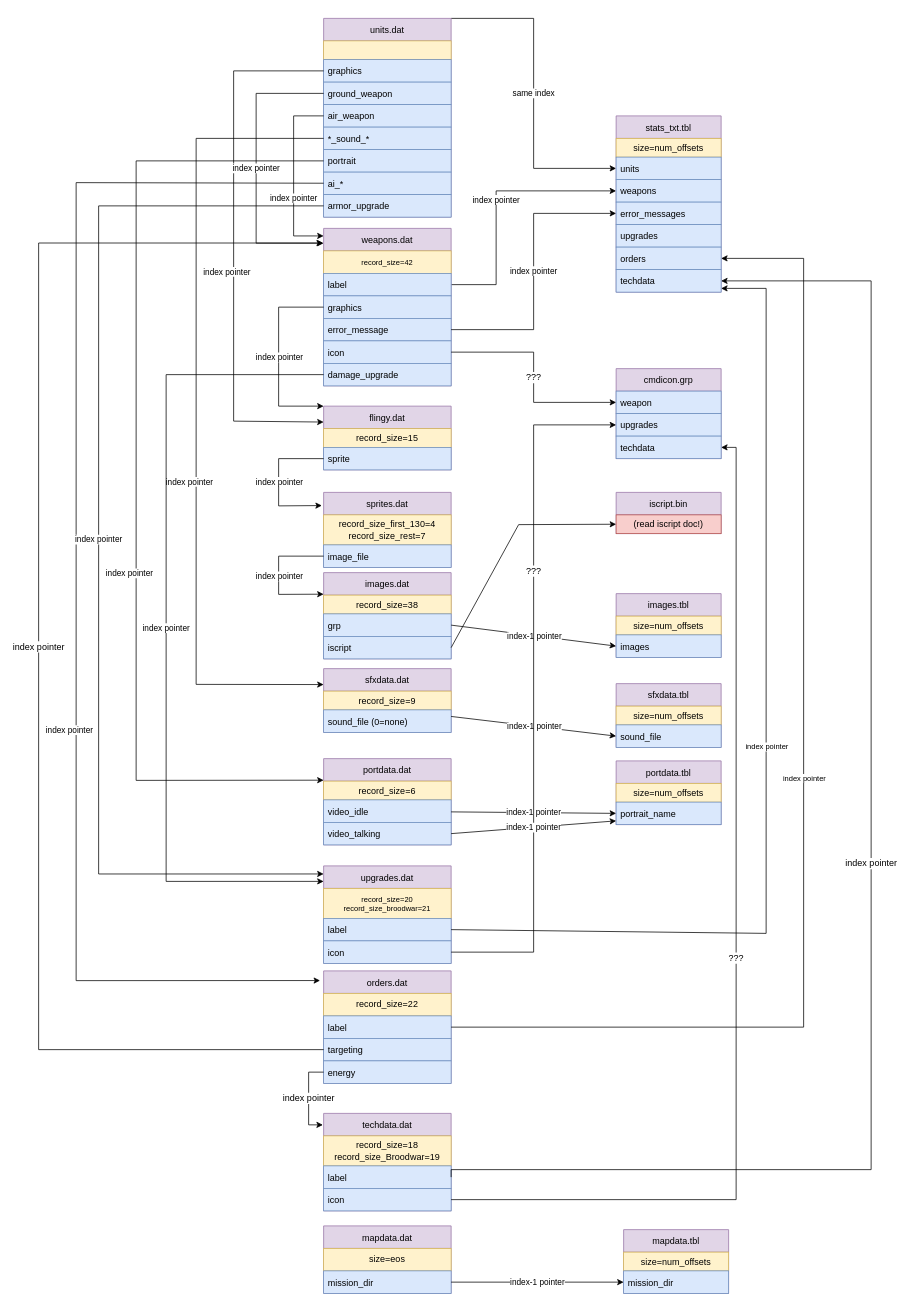
Above: doc/drawio/sc_dat_architecture.drawio in andreas-volz/startsconverter (draw.io), before the change. Source tidied: cells renumbered, new cells numbered last; positions are measured from the earlier drawing's top-left corner, leaving out a move shared by most shapes. Both pictures are drawn from the tidied source at 75%, with x=0, y=0 at pixel (38, 18).
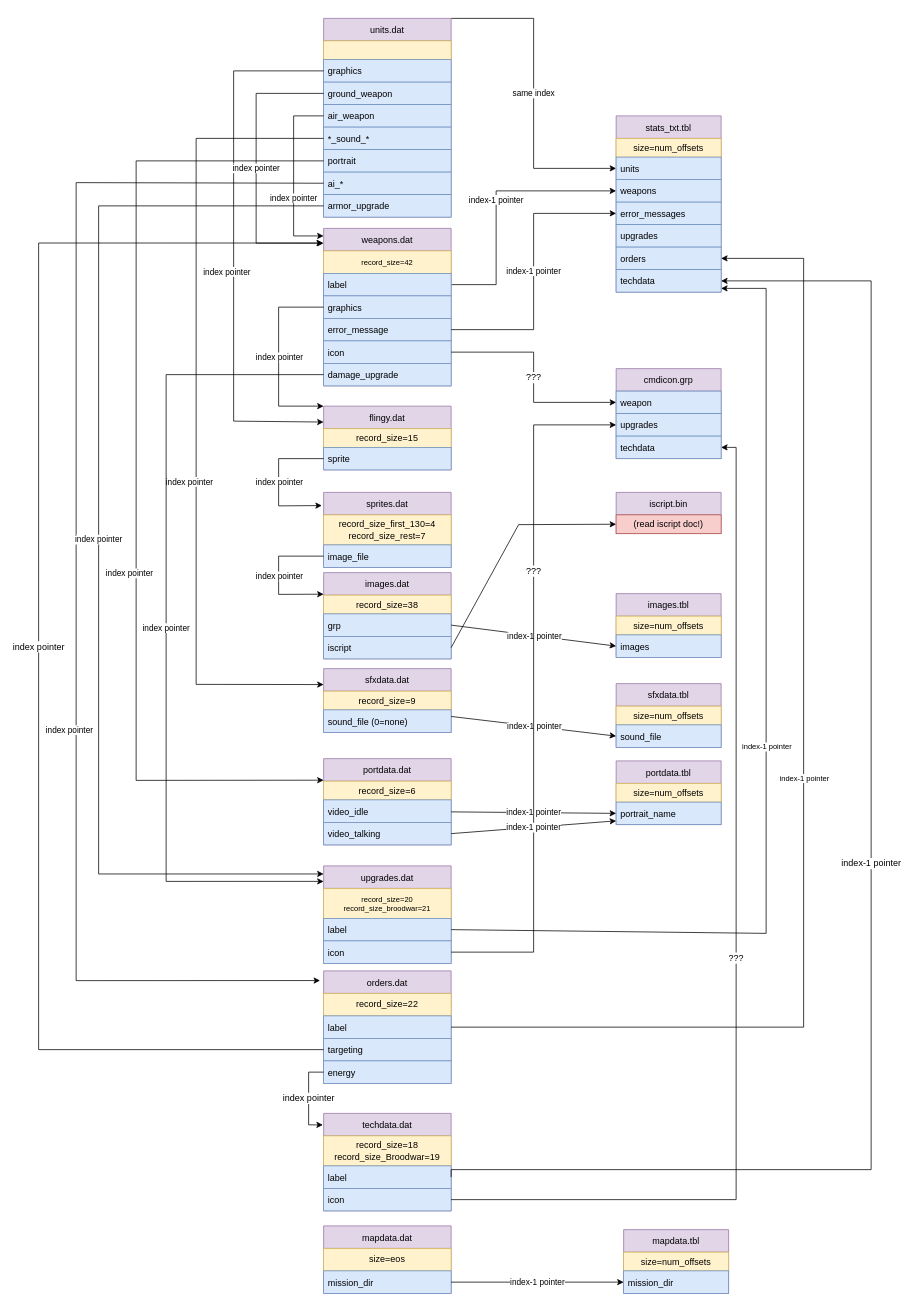
After the change.

Unchanged cells that the change refers to:
```xml
<mxCell id="15" value="label" style="text;strokeColor=#6c8ebf;fillColor=#dae8fc;align=left;verticalAlign=middle;spacingLeft=4;spacingRight=4;overflow=hidden;points=[[0,0.5],[1,0.5]];portConstraint=eastwest;" parent="13" vertex="1">
  <mxGeometry y="60" width="170" height="30" as="geometry" />
</mxCell>
<mxCell id="17" value="error_message" style="text;strokeColor=#6c8ebf;fillColor=#dae8fc;align=left;verticalAlign=middle;spacingLeft=4;spacingRight=4;overflow=hidden;points=[[0,0.5],[1,0.5]];portConstraint=eastwest;" parent="13" vertex="1">
  <mxGeometry y="120" width="170" height="30" as="geometry" />
</mxCell>
<mxCell id="33" value="weapons" style="text;strokeColor=#6c8ebf;fillColor=#dae8fc;align=left;verticalAlign=middle;spacingLeft=4;spacingRight=4;overflow=hidden;points=[[0,0.5],[1,0.5]];portConstraint=eastwest;" parent="30" vertex="1">
  <mxGeometry y="85" width="140" height="30" as="geometry" />
</mxCell>
<mxCell id="34" value="error_messages" style="text;strokeColor=#6c8ebf;fillColor=#dae8fc;align=left;verticalAlign=middle;spacingLeft=4;spacingRight=4;overflow=hidden;points=[[0,0.5],[1,0.5]];portConstraint=eastwest;" parent="30" vertex="1">
  <mxGeometry y="115" width="140" height="30" as="geometry" />
</mxCell>
<mxCell id="37" value="techdata" style="text;strokeColor=#6c8ebf;fillColor=#dae8fc;align=left;verticalAlign=middle;spacingLeft=4;spacingRight=4;overflow=hidden;points=[[0,0.5],[1,0.5]];portConstraint=eastwest;" parent="30" vertex="1">
  <mxGeometry y="205" width="140" height="30" as="geometry" />
</mxCell>
<mxCell id="80" style="endArrow=classic;html=1;rounded=0;fontSize=10;fontColor=#000000;exitX=1;exitY=0.5;exitDx=0;exitDy=0;" parent="1" edge="1" source="78">
  <mxGeometry relative="1" as="geometry">
    <mxPoint x="910" y="360" as="targetPoint" />
    <Array as="points">
      <mxPoint x="970" y="1220" />
      <mxPoint x="970" y="360" />
    </Array>
  </mxGeometry>
</mxCell>
<mxCell id="87" style="endArrow=classic;html=1;rounded=0;fontSize=10;fontColor=#000000;exitX=1;exitY=0.5;exitDx=0;exitDy=0;entryX=1;entryY=0.5;entryDx=0;entryDy=0;" parent="1" edge="1" source="82" target="36">
  <mxGeometry relative="1" as="geometry">
    <Array as="points">
      <mxPoint x="1020" y="1345" />
      <mxPoint x="1020" y="320" />
    </Array>
  </mxGeometry>
</mxCell>
<mxCell id="93" value="label" style="text;strokeColor=#6c8ebf;fillColor=#dae8fc;align=left;verticalAlign=middle;spacingLeft=4;spacingRight=4;overflow=hidden;points=[[0,0.5],[1,0.5]];portConstraint=eastwest;" parent="91" vertex="1">
  <mxGeometry y="70" width="170" height="30" as="geometry" />
</mxCell>
```

The edit, as a diff of the source:
```diff
@@
-    <mxCell id="12" value="index pointer" style="edgeStyle=orthogonalEdgeStyle;rounded=0;jettySize=auto;html=1;entryX=0;entryY=0.5;entryDx=0;entryDy=0;exitX=1;exitY=0.5;exitDx=0;exitDy=0;" parent="1" edge="1" source="15" target="33">
+    <mxCell id="12" value="index-1 pointer" style="edgeStyle=orthogonalEdgeStyle;rounded=0;jettySize=auto;html=1;entryX=0;entryY=0.5;entryDx=0;entryDy=0;exitX=1;exitY=0.5;exitDx=0;exitDy=0;" parent="1" edge="1" source="15" target="33">
       <mxGeometry relative="1" as="geometry">
         <Array as="points">
           <mxPoint x="610" y="355" />
           <mxPoint x="610" y="230" />
         </Array>
       </mxGeometry>
     </mxCell>
@@
-    <mxCell id="81" value="index pointer" style="edgeLabel;html=1;align=center;verticalAlign=middle;fontSize=10;fontColor=#000000;" parent="80" vertex="1">
+    <mxCell id="81" value="index-1 pointer" style="edgeLabel;html=1;align=center;verticalAlign=middle;fontSize=10;fontColor=#000000;" parent="80" vertex="1">
       <mxGeometry relative="1" as="geometry" />
     </mxCell>
@@
-    <mxCell id="88" value="index pointer" style="edgeLabel;html=1;align=center;verticalAlign=middle;fontSize=10;fontColor=#000000;" parent="87" vertex="1">
+    <mxCell id="88" value="index-1 pointer" style="edgeLabel;html=1;align=center;verticalAlign=middle;fontSize=10;fontColor=#000000;" parent="87" vertex="1">
       <mxGeometry relative="1" as="geometry" />
     </mxCell>
@@
-    <mxCell id="96" value="index pointer" style="edgeStyle=orthogonalEdgeStyle;rounded=0;jettySize=auto;html=1;exitX=1;exitY=0.5;exitDx=0;exitDy=0;entryX=1;entryY=0.5;entryDx=0;entryDy=0;fontSize=12;" parent="1" edge="1" source="93" target="37">
+    <mxCell id="96" value="index-1 pointer" style="edgeStyle=orthogonalEdgeStyle;rounded=0;jettySize=auto;html=1;exitX=1;exitY=0.5;exitDx=0;exitDy=0;entryX=1;entryY=0.5;entryDx=0;entryDy=0;fontSize=12;" parent="1" edge="1" source="93" target="37">
       <mxGeometry relative="1" as="geometry">
         <Array as="points">
           <mxPoint x="1110" y="1535" />
           <mxPoint x="1110" y="350" />
         </Array>
       </mxGeometry>
     </mxCell>
@@
-    <mxCell id="112" value="index pointer" style="edgeStyle=orthogonalEdgeStyle;rounded=0;jettySize=auto;html=1;exitX=1;exitY=0.5;exitDx=0;exitDy=0;entryX=0;entryY=0.5;entryDx=0;entryDy=0;" parent="1" edge="1" source="17" target="34">
+    <mxCell id="112" value="index-1 pointer" style="edgeStyle=orthogonalEdgeStyle;rounded=0;jettySize=auto;html=1;exitX=1;exitY=0.5;exitDx=0;exitDy=0;entryX=0;entryY=0.5;entryDx=0;entryDy=0;" parent="1" edge="1" source="17" target="34">
       <mxGeometry relative="1" as="geometry" />
     </mxCell>
```
